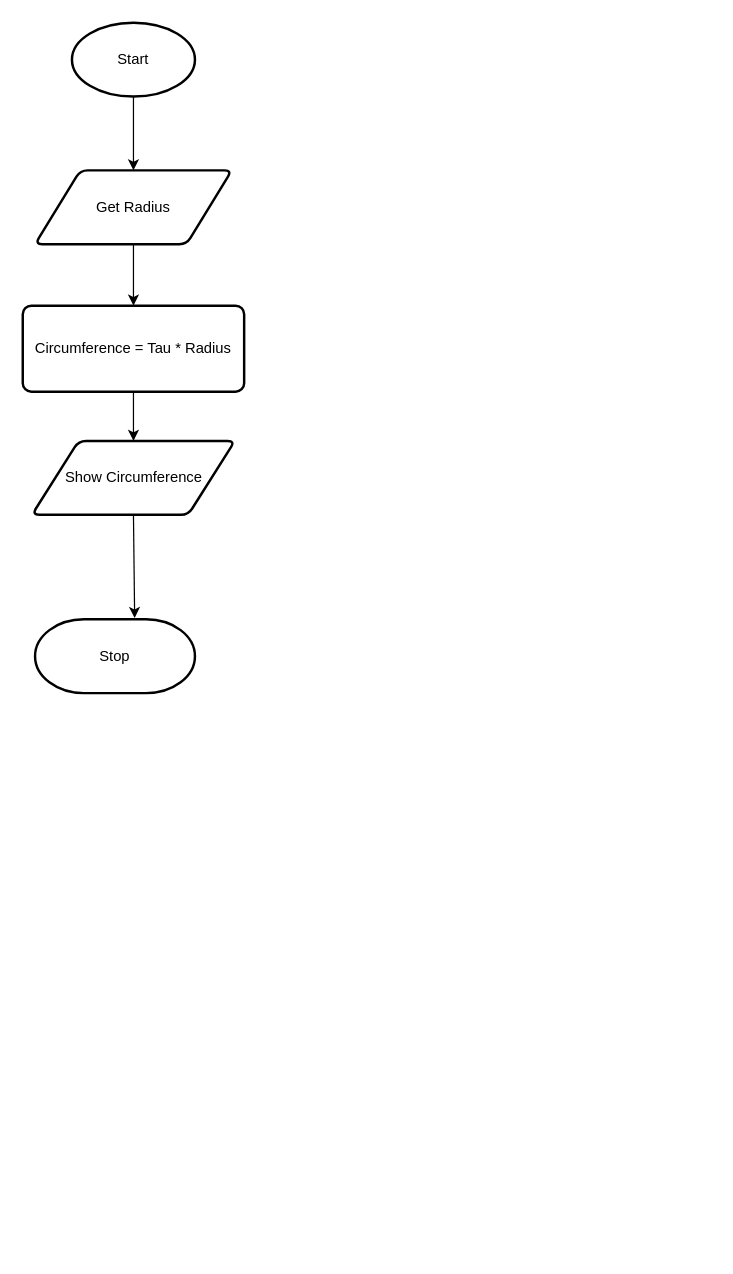
Above: flowchart.drawio in Ethan-Prieur1/ICS3U-Unit3-05-Python (draw.io), before the change. Source tidied: cells renumbered, new cells numbered last; positions are measured from the earlier drawing's top-left corner, leaving out a move shared by most shapes. Both pictures are drawn from the tidied source at 123%, with x=0, y=0 at pixel (22, 22).
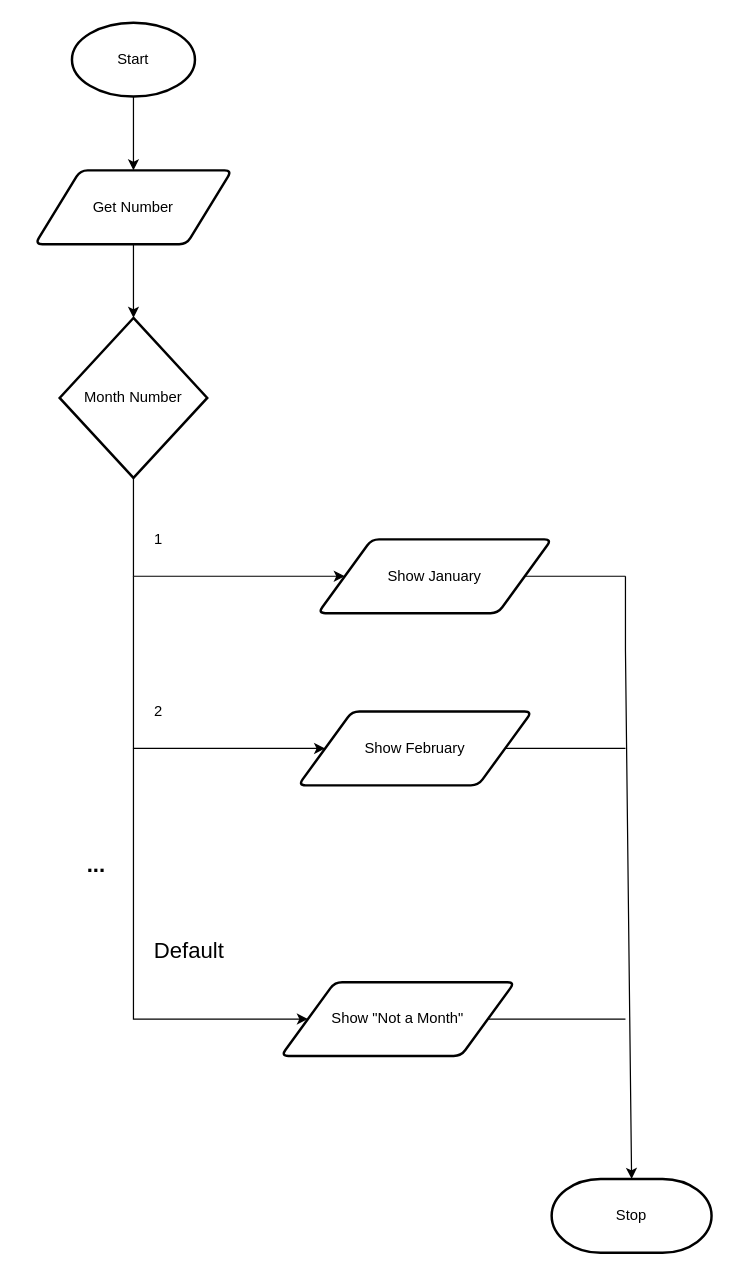
The same page after the edit.

The edit, as a diff of the source:
```diff
@@
-    <mxCell id="4" style="edgeStyle=none;html=1;exitX=0.5;exitY=1;exitDx=0;exitDy=0;entryX=0.5;entryY=0;entryDx=0;entryDy=0;" parent="1" edge="1" source="5" target="7">
-      <mxGeometry relative="1" as="geometry" />
+    <mxCell id="4" style="edgeStyle=none;html=1;exitX=0.5;exitY=1;exitDx=0;exitDy=0;entryX=0.5;entryY=0;entryDx=0;entryDy=0;" parent="1" edge="1" source="5">
+      <mxGeometry relative="1" as="geometry">
+        <mxPoint x="90" y="240" as="targetPoint" />
+      </mxGeometry>
     </mxCell>
-    <mxCell id="5" value="Get Radius" style="shape=parallelogram;html=1;strokeWidth=2;perimeter=parallelogramPerimeter;whiteSpace=wrap;rounded=1;arcSize=12;size=0.23;" parent="1" vertex="1">
+    <mxCell id="5" value="Get Number" style="shape=parallelogram;html=1;strokeWidth=2;perimeter=parallelogramPerimeter;whiteSpace=wrap;rounded=1;arcSize=12;size=0.23;" parent="1" vertex="1">
       <mxGeometry x="10" y="120" width="160" height="60" as="geometry" />
     </mxCell>
-    <mxCell id="6" style="edgeStyle=none;html=1;exitX=0.5;exitY=1;exitDx=0;exitDy=0;entryX=0.5;entryY=0;entryDx=0;entryDy=0;" parent="1" edge="1" source="7" target="9">
-      <mxGeometry relative="1" as="geometry" />
-    </mxCell>
-    <mxCell id="7" value="Circumference = Tau * Radius" style="rounded=1;whiteSpace=wrap;html=1;absoluteArcSize=1;arcSize=14;strokeWidth=2;" parent="1" vertex="1">
-      <mxGeometry y="230" width="180" height="70" as="geometry" />
-    </mxCell>
+    <mxCell id="10" value="Stop" style="strokeWidth=2;html=1;shape=mxgraph.flowchart.terminator;whiteSpace=wrap;" parent="1" vertex="1">
+      <mxGeometry x="430" y="940" width="130" height="60" as="geometry" />
+    </mxCell>
-    <mxCell id="8" style="edgeStyle=none;html=1;exitX=0.5;exitY=1;exitDx=0;exitDy=0;entryX=0.623;entryY=-0.017;entryDx=0;entryDy=0;entryPerimeter=0;" parent="1" edge="1" source="9" target="10">
-      <mxGeometry relative="1" as="geometry" />
+    <mxCell id="8" value="Month Number" style="strokeWidth=2;html=1;shape=mxgraph.flowchart.decision;whiteSpace=wrap;" parent="1" vertex="1">
+      <mxGeometry x="30" y="240" width="120" height="130" as="geometry" />
     </mxCell>
-    <mxCell id="9" value="Show Circumference" style="shape=parallelogram;html=1;strokeWidth=2;perimeter=parallelogramPerimeter;whiteSpace=wrap;rounded=1;arcSize=12;size=0.23;" parent="1" vertex="1">
-      <mxGeometry x="7.5" y="340" width="165" height="60" as="geometry" />
-    </mxCell>
-    <mxCell id="10" value="Stop" style="strokeWidth=2;html=1;shape=mxgraph.flowchart.terminator;whiteSpace=wrap;" parent="1" vertex="1">
-      <mxGeometry x="10" y="485" width="130" height="60" as="geometry" />
-    </mxCell>
+    <mxCell id="11" value="Show January" style="shape=parallelogram;html=1;strokeWidth=2;perimeter=parallelogramPerimeter;whiteSpace=wrap;rounded=1;arcSize=12;size=0.23;" parent="1" vertex="1">
+      <mxGeometry x="240" y="420" width="190" height="60" as="geometry" />
+    </mxCell>
+    <mxCell id="12" value="Show February" style="shape=parallelogram;html=1;strokeWidth=2;perimeter=parallelogramPerimeter;whiteSpace=wrap;rounded=1;arcSize=12;size=0.23;" parent="1" vertex="1">
+      <mxGeometry x="224" y="560" width="190" height="60" as="geometry" />
+    </mxCell>
+    <mxCell id="13" style="endArrow=classic;html=1;exitX=0.5;exitY=1;exitDx=0;exitDy=0;exitPerimeter=0;entryX=0;entryY=0.5;entryDx=0;entryDy=0;rounded=0;" parent="1" edge="1" source="8" target="11">
+      <mxGeometry relative="1" as="geometry">
+        <Array as="points">
+          <mxPoint x="90" y="450" />
+        </Array>
+      </mxGeometry>
+    </mxCell>
+    <mxCell id="14" style="endArrow=classic;html=1;rounded=0;entryX=0;entryY=0.5;entryDx=0;entryDy=0;" parent="1" edge="1" target="12">
+      <mxGeometry relative="1" as="geometry">
+        <mxPoint x="90" y="450" as="sourcePoint" />
+        <Array as="points">
+          <mxPoint x="90" y="590" />
+        </Array>
+      </mxGeometry>
+    </mxCell>
+    <mxCell id="15" value="1" style="text;html=1;align=center;verticalAlign=middle;strokeColor=none;fillColor=none;" parent="1" vertex="1">
+      <mxGeometry x="100" y="410" width="20" height="20" as="geometry" />
+    </mxCell>
+    <mxCell id="16" value="2" style="text;html=1;align=center;verticalAlign=middle;strokeColor=none;fillColor=none;" parent="1" vertex="1">
+      <mxGeometry x="100" y="550" width="20" height="20" as="geometry" />
+    </mxCell>
+    <mxCell id="17" value="&lt;font style=&quot;font-size: 18px&quot;&gt;&lt;b&gt;...&lt;/b&gt;&lt;/font&gt;" style="text;html=1;strokeColor=none;fillColor=none;align=center;verticalAlign=middle;whiteSpace=wrap;rounded=0;" parent="1" vertex="1">
+      <mxGeometry x="30" y="670" width="60" height="30" as="geometry" />
+    </mxCell>
+    <mxCell id="18" style="endArrow=classic;html=1;rounded=0;fontSize=18;entryX=0;entryY=0.5;entryDx=0;entryDy=0;" parent="1" edge="1" target="20">
+      <mxGeometry relative="1" as="geometry">
+        <mxPoint x="90" y="590" as="sourcePoint" />
+        <Array as="points">
+          <mxPoint x="90" y="810" />
+        </Array>
+      </mxGeometry>
+    </mxCell>
+    <mxCell id="19" value="Default" style="text;html=1;align=center;verticalAlign=middle;strokeColor=none;fillColor=none;fontSize=18;" parent="1" vertex="1">
+      <mxGeometry x="100" y="740" width="70" height="30" as="geometry" />
+    </mxCell>
+    <mxCell id="20" value="Show &quot;Not a Month&quot;" style="shape=parallelogram;html=1;strokeWidth=2;perimeter=parallelogramPerimeter;whiteSpace=wrap;rounded=1;arcSize=12;size=0.23;" parent="1" vertex="1">
+      <mxGeometry x="210" y="780" width="190" height="60" as="geometry" />
+    </mxCell>
+    <mxCell id="21" style="endArrow=classic;html=1;rounded=0;fontSize=18;entryX=0.5;entryY=0;entryDx=0;entryDy=0;entryPerimeter=0;" parent="1" edge="1" target="10">
+      <mxGeometry relative="1" as="geometry">
+        <mxPoint x="490" y="450" as="sourcePoint" />
+        <Array as="points">
+          <mxPoint x="490" y="510" />
+        </Array>
+      </mxGeometry>
+    </mxCell>
+    <mxCell id="22" style="endArrow=none;html=1;rounded=0;fontSize=18;entryX=1;entryY=0.5;entryDx=0;entryDy=0;" parent="1" edge="1" target="11">
+      <mxGeometry relative="1" as="geometry">
+        <mxPoint x="490" y="450" as="sourcePoint" />
+      </mxGeometry>
+    </mxCell>
+    <mxCell id="23" style="endArrow=none;html=1;rounded=0;fontSize=18;exitX=1;exitY=0.5;exitDx=0;exitDy=0;" parent="1" edge="1" source="12">
+      <mxGeometry relative="1" as="geometry">
+        <mxPoint x="490" y="590" as="targetPoint" />
+      </mxGeometry>
+    </mxCell>
+    <mxCell id="24" style="endArrow=none;html=1;rounded=0;fontSize=18;entryX=1;entryY=0.5;entryDx=0;entryDy=0;" parent="1" edge="1" target="20">
+      <mxGeometry relative="1" as="geometry">
+        <mxPoint x="490" y="810" as="sourcePoint" />
+      </mxGeometry>
+    </mxCell>
```
